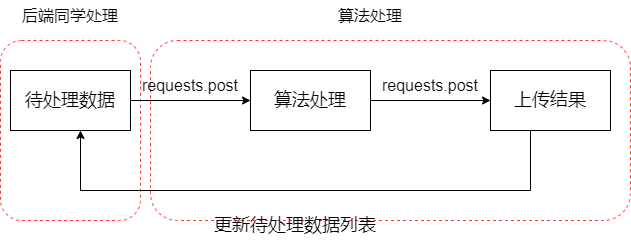
Earlier version of the draw.io export 线上数据流.drawio.png (Linranran/my_images). Source tidied: cells renumbered, new cells last; positions are measured from the earlier drawing's top-left corner, leaving out a move shared by most shapes.
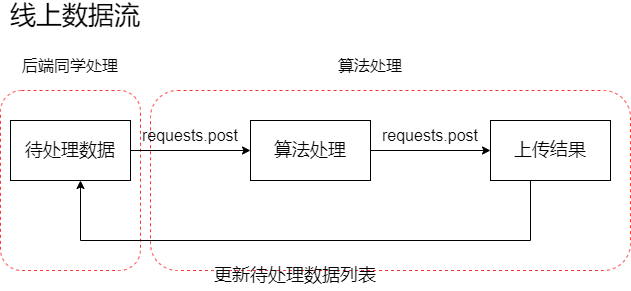
The same diagram one commit later.

Commit message:
Update 线上数据流.drawio.png

What changed in the source:
```diff
@@ -47,5 +47,8 @@
     <mxCell id="14" value="&lt;span style=&quot;font-size: 16px&quot;&gt;算法处理&lt;/span&gt;" style="text;html=1;strokeColor=none;fillColor=none;align=center;verticalAlign=middle;whiteSpace=wrap;rounded=0;fontSize=18;" parent="1" vertex="1">
       <mxGeometry x="310" width="120" height="30" as="geometry" />
     </mxCell>
+    <mxCell id="15" value="&lt;font style=&quot;font-size: 26px&quot;&gt;线上数据流&lt;/font&gt;" style="text;html=1;strokeColor=none;fillColor=none;align=center;verticalAlign=middle;whiteSpace=wrap;rounded=0;fontSize=18;" parent="1" vertex="1">
+      <mxGeometry y="-50" width="150" height="30" as="geometry" />
+    </mxCell>
   </root>
 </mxGraphModel>
```
